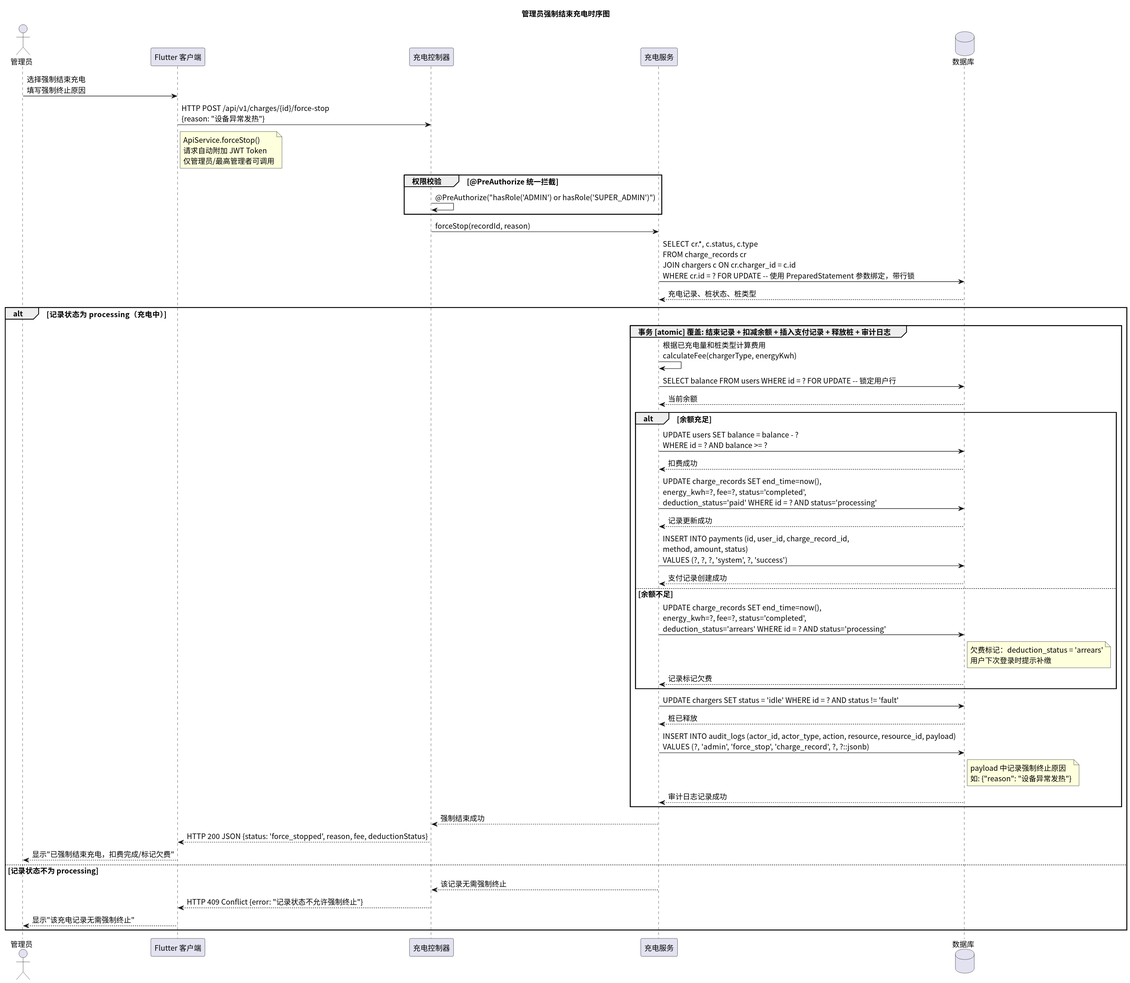
Above: time/img/sequence_force_stop.svg in greenhandzdl/charging-station-doc (PlantUML), before the change.
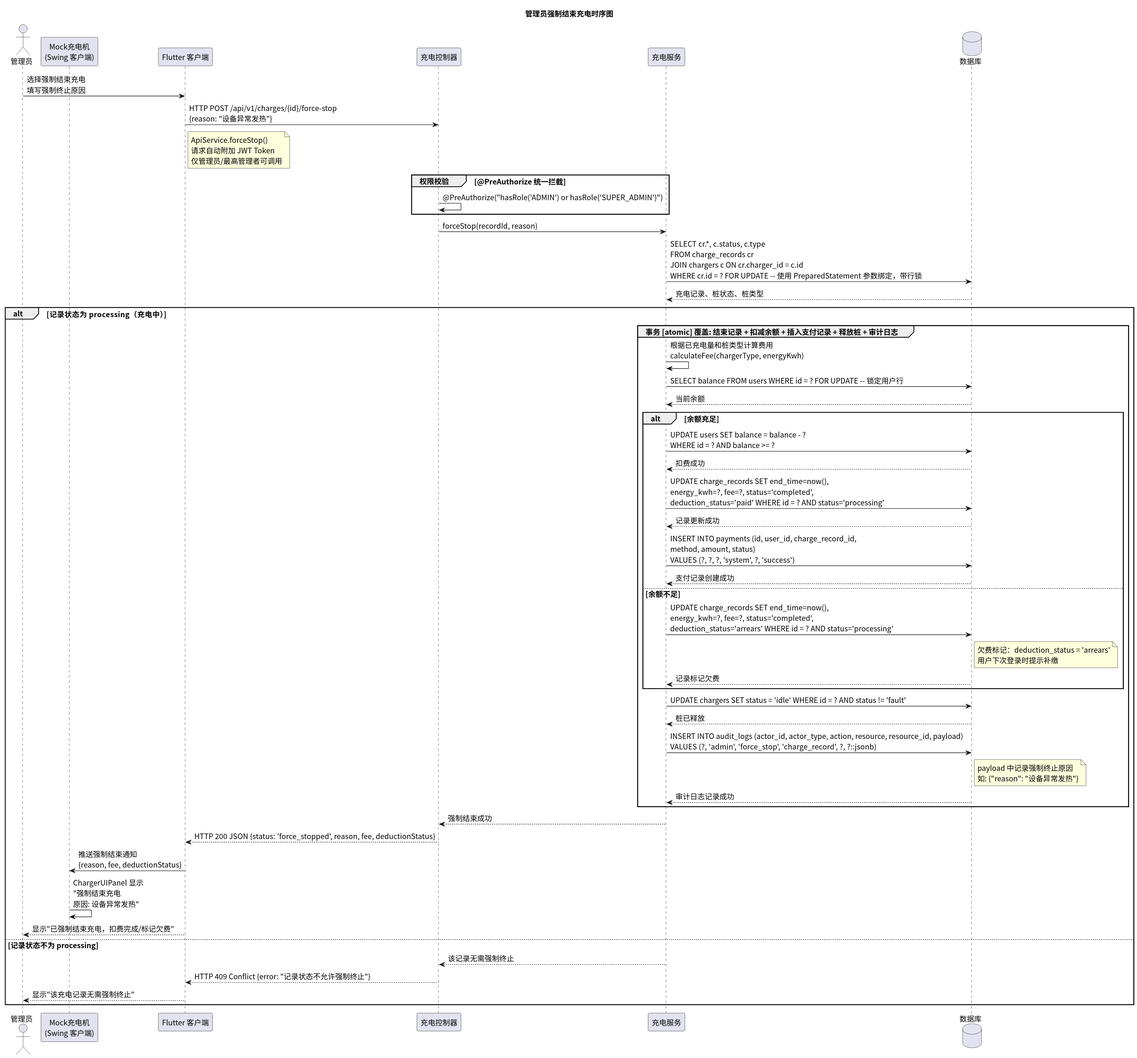
Later version of the same file.

What changed in the source:
```diff
@@ -4,6 +4,7 @@
 title 管理员强制结束充电时序图
 
 actor 管理员 as Admin
+participant "Mock充电机\n(Swing 客户端)" as MC
 participant "Flutter 客户端" as FE
 participant "充电控制器" as Ctrl
 participant "充电服务" as Service
@@ -54,6 +55,8 @@
 
   Service --> Ctrl: 强制结束成功
   Ctrl --> FE: HTTP 200 JSON {status: 'force_stopped', reason, fee, deductionStatus}
+  FE -> MC: 推送强制结束通知\n{reason, fee, deductionStatus}
+  MC -> MC: ChargerUIPanel 显示\n"强制结束充电\n原因: 设备异常发热"
   FE --> Admin: 显示"已强制结束充电，扣费完成/标记欠费"
 else 记录状态不为 processing
   Service --> Ctrl: 该记录无需强制终止
```
